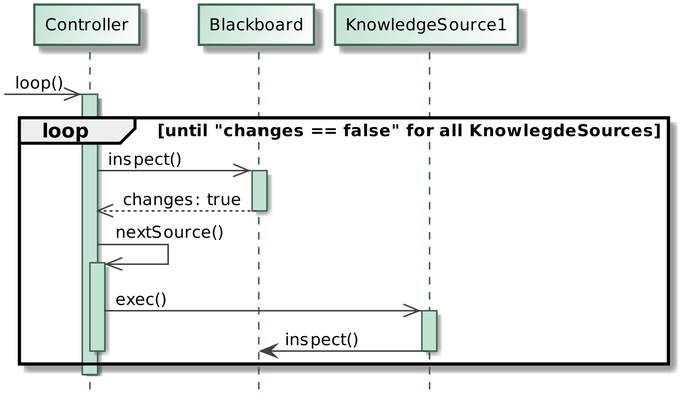
The PlantUML diagram patterns/uml/Blackboard_Sequence_diagram.png in HSGNHR/POS, before a commit.
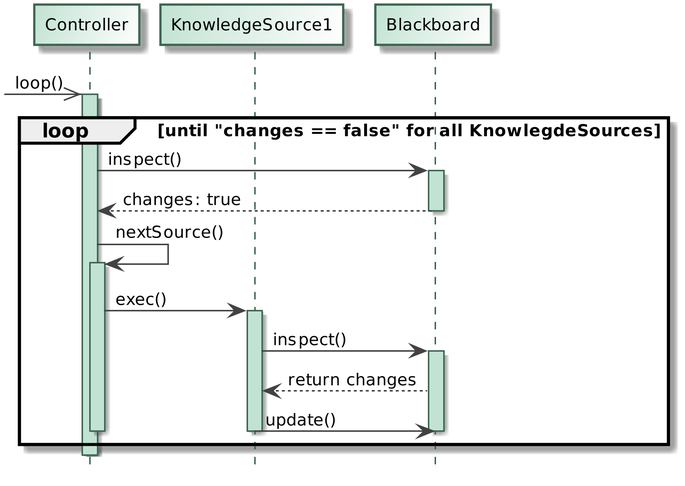
The same file after the commit.

Commit message:
geändert:       patterns/uml/Blackboard_Sequence_diagram.png 	geändert:       patterns/uml/Blackboard_Sequence_diagram.uml

Diff of the diagram source:
```diff
@@ -66,26 +66,30 @@
 
 
 participant Controller as C
+participant KnowledgeSource1 as KS1
 participant Blackboard as B
-participant KnowledgeSource1 as KS1
 
 ->> C: loop()
 activate C
 
 loop until "changes == false" for all KnowlegdeSources
 
-	C ->> B: inspect()
+	C -> B: inspect()
 	activate B
-	B -->> C: changes: true
+	B --> C: changes: true
 	deactivate B
 
-	C ->> C: nextSource()
+	C -> C: nextSource()
 	activate C
-	C ->> KS1: exec()
+	C -> KS1: exec()
 	activate KS1
 
     KS1 -> B: inspect()
-   deactivate KS1
+    activate B
+    B --> KS1: return changes
+    KS1 -> B: update()
+    deactivate KS1
+    deactivate B
 
 	deactivate C
 
```
